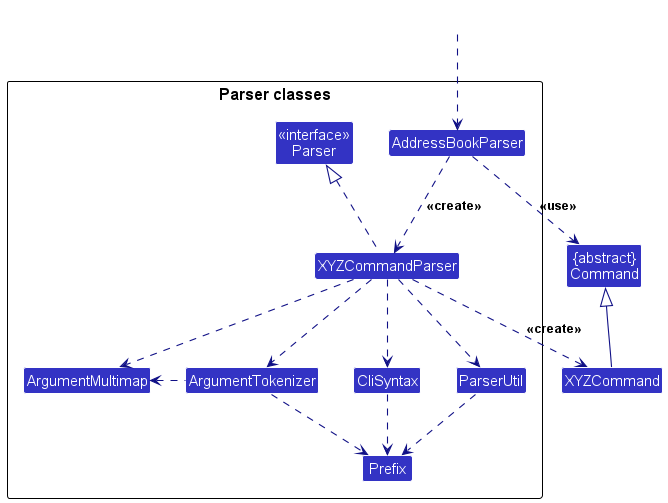
Above: docs/images/developer-guide-images/ParserClasses.png in nus-cs2103-AY2425S1/tp (PlantUML), before the change. Its diagram source:
```plantuml
@startuml
!include style.puml
skinparam arrowThickness 1.1
skinparam arrowColor LOGIC_COLOR_T4
skinparam classBackgroundColor LOGIC_COLOR

Class "{abstract}\nCommand" as Command
Class XYZCommand

package "Parser classes"{
Class "<<interface>>\nParser" as Parser
Class AddressBookParser
Class XYZCommandParser
Class CliSyntax
Class ParserUtil
Class ArgumentMultimap
Class ArgumentTokenizer
Class Prefix
}

Class HiddenOutside #FFFFFF
HiddenOutside ..> AddressBookParser

AddressBookParser .down.> XYZCommandParser: <<create>>

XYZCommandParser ..> XYZCommand : <<create>>
AddressBookParser ..> Command : <<use>>
XYZCommandParser .up.|> Parser
XYZCommandParser ..> ArgumentMultimap
XYZCommandParser ..> ArgumentTokenizer
ArgumentTokenizer .left.> ArgumentMultimap
XYZCommandParser ..> CliSyntax
CliSyntax ..> Prefix
XYZCommandParser ..> ParserUtil
ParserUtil .down.> Prefix
ArgumentTokenizer .down.> Prefix
XYZCommand -up-|> Command
@enduml
```
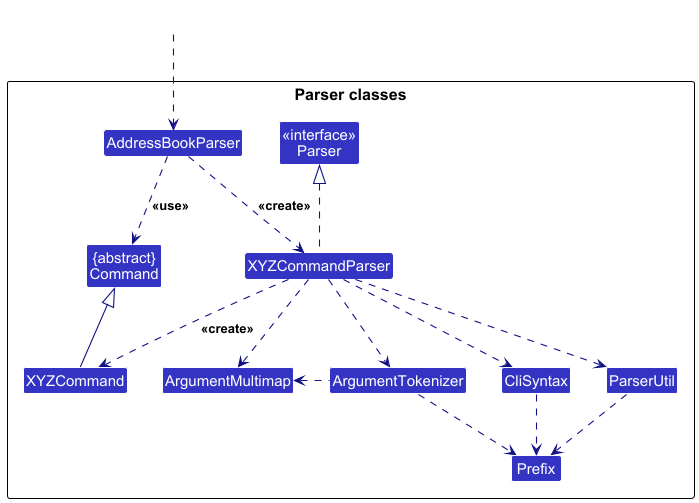
Above is the later version.

Change to the diagram source:
```diff
@@ -4,18 +4,18 @@
 skinparam arrowColor LOGIC_COLOR_T4
 skinparam classBackgroundColor LOGIC_COLOR
 
-Class "{abstract}\nCommand" as Command
-Class XYZCommand
+package "Parser classes"{
+    Class "<<interface>>\nParser" as Parser
+    Class AddressBookParser
+    Class XYZCommandParser
+    Class CliSyntax
+    Class ParserUtil
+    Class ArgumentMultimap
+    Class ArgumentTokenizer
+    Class Prefix
 
-package "Parser classes"{
-Class "<<interface>>\nParser" as Parser
-Class AddressBookParser
-Class XYZCommandParser
-Class CliSyntax
-Class ParserUtil
-Class ArgumentMultimap
-Class ArgumentTokenizer
-Class Prefix
+    Class "{abstract}\nCommand" as Command
+    Class XYZCommand
 }
 
 Class HiddenOutside #FFFFFF
```
